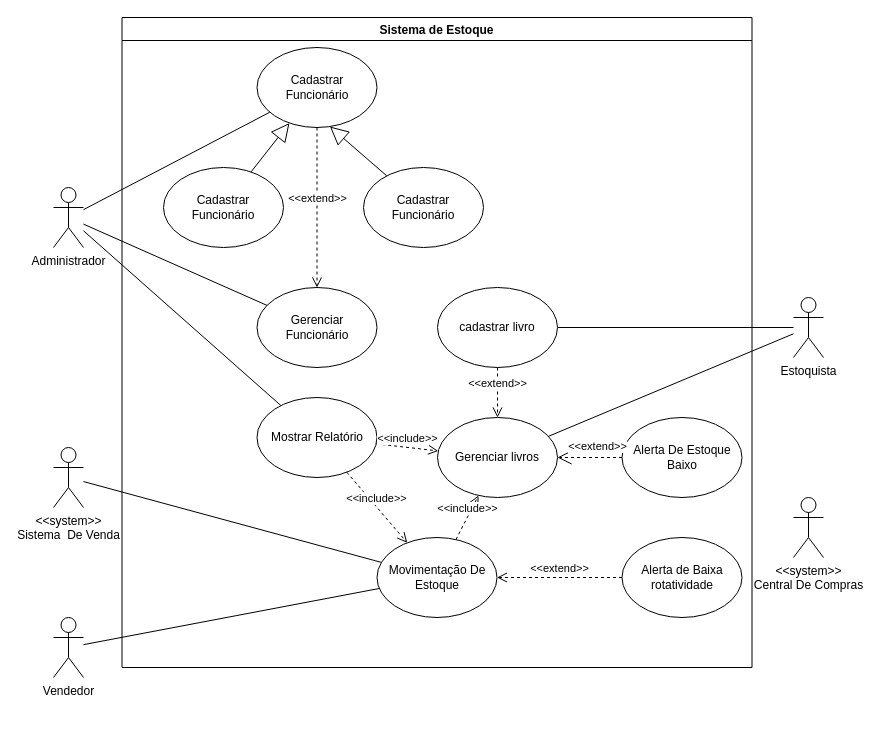
The draw.io diagram Caso de uso.drawio in josevictoraraujorojas/Sistema-Estoque, before the edit. Source tidied: cells renumbered, new cells numbered last; positions are measured from the earlier drawing's top-left corner, leaving out a move shared by most shapes. Both pictures are drawn from the tidied source at 100%, with x=0, y=0 at pixel (53, 17).
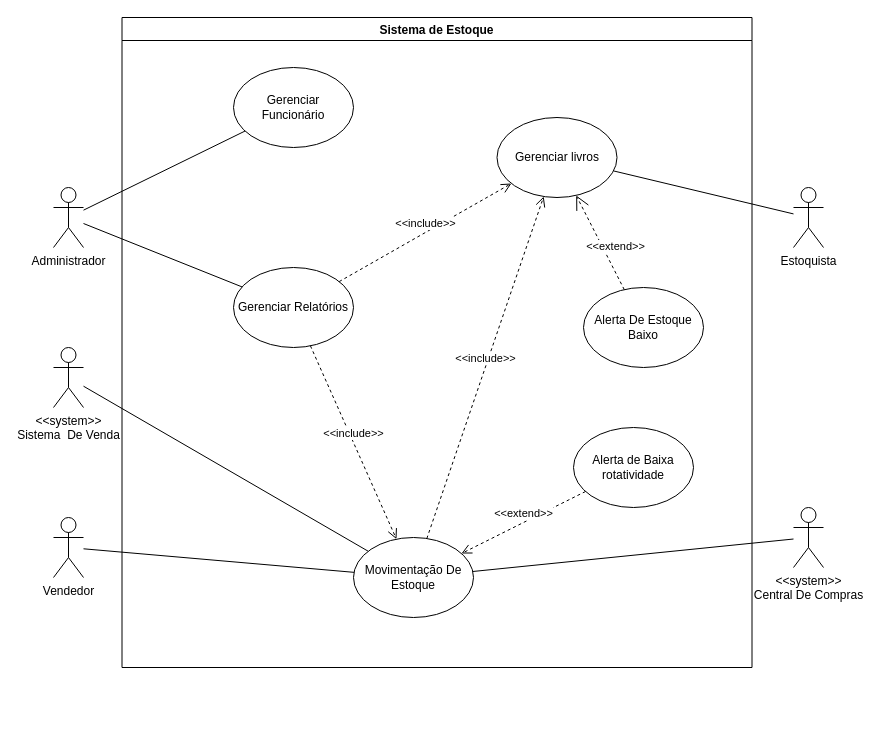
The same diagram, later.

Unchanged cells that the change refers to:
```xml
<mxCell id="2" value="Administrador" style="shape=umlActor;verticalLabelPosition=bottom;verticalAlign=top;html=1;outlineConnect=0;" parent="1" vertex="1">
  <mxGeometry y="170" width="30" height="60" as="geometry" />
</mxCell>
<mxCell id="7" value="Sistema de Estoque" style="swimlane;" parent="1" vertex="1">
  <mxGeometry x="68.5" width="630" height="650" as="geometry" />
</mxCell>
```

Change to the diagram source:
```diff
@@
     <mxCell id="3" value="&lt;div&gt;&amp;lt;&amp;lt;system&amp;gt;&amp;gt;&lt;/div&gt;Sistema&amp;nbsp; De Venda" style="shape=umlActor;verticalLabelPosition=bottom;verticalAlign=top;html=1;outlineConnect=0;" parent="1" vertex="1">
-      <mxGeometry y="430" width="30" height="60" as="geometry" />
+      <mxGeometry y="330" width="30" height="60" as="geometry" />
     </mxCell>
-    <mxCell id="4" style="endArrow=none;html=1;rounded=0;" parent="1" edge="1" source="9" target="31">
-      <mxGeometry relative="1" as="geometry" />
-    </mxCell>
@@
     <mxCell id="8" value="Alerta de Baixa rotatividade" style="ellipse;whiteSpace=wrap;html=1;" parent="7" vertex="1">
-      <mxGeometry x="500" y="520" width="120" height="80" as="geometry" />
+      <mxGeometry x="451.5" y="410" width="120" height="80" as="geometry" />
     </mxCell>
-    <mxCell id="9" value="cadastrar livro" style="ellipse;whiteSpace=wrap;html=1;" parent="7" vertex="1">
-      <mxGeometry x="315.5" y="270" width="120" height="80" as="geometry" />
-    </mxCell>
     <mxCell id="10" value="Alerta De Estoque Baixo" style="ellipse;whiteSpace=wrap;html=1;" parent="7" vertex="1">
-      <mxGeometry x="500" y="400" width="120" height="80" as="geometry" />
+      <mxGeometry x="461.5" y="270" width="120" height="80" as="geometry" />
     </mxCell>
-    <mxCell id="11" value="Mostrar Relatório" style="ellipse;whiteSpace=wrap;html=1;" parent="7" vertex="1">
-      <mxGeometry x="135" y="380" width="120" height="80" as="geometry" />
+    <mxCell id="11" value="Gerenciar Relatórios" style="ellipse;whiteSpace=wrap;html=1;" parent="7" vertex="1">
+      <mxGeometry x="111.5" y="250" width="120" height="80" as="geometry" />
     </mxCell>
     <mxCell id="12" value="Movimentação De Estoque" style="ellipse;whiteSpace=wrap;html=1;" parent="7" vertex="1">
-      <mxGeometry x="255" y="520" width="120" height="80" as="geometry" />
+      <mxGeometry x="231.5" y="520" width="120" height="80" as="geometry" />
     </mxCell>
@@
-    <mxCell id="15" value="Cadastrar Funcionário" style="ellipse;whiteSpace=wrap;html=1;" parent="7" vertex="1">
-      <mxGeometry x="135" y="30" width="120" height="80" as="geometry" />
-    </mxCell>
     <mxCell id="16" value="Gerenciar Funcionário" style="ellipse;whiteSpace=wrap;html=1;" parent="7" vertex="1">
-      <mxGeometry x="135" y="270" width="120" height="80" as="geometry" />
+      <mxGeometry x="111.5" y="50" width="120" height="80" as="geometry" />
     </mxCell>
-    <mxCell id="17" value="&amp;lt;&amp;lt;extend&amp;gt;&amp;gt;" style="html=1;verticalAlign=bottom;endArrow=open;dashed=1;endSize=8;curved=0;rounded=0;exitX=0.5;exitY=1;exitDx=0;exitDy=0;" parent="7" edge="1" source="15" target="16">
-      <mxGeometry relative="1" as="geometry" />
-    </mxCell>
     <mxCell id="18" value="Gerenciar livros" style="ellipse;whiteSpace=wrap;html=1;" parent="7" vertex="1">
-      <mxGeometry x="315.5" y="400" width="120" height="80" as="geometry" />
+      <mxGeometry x="375" y="100" width="120" height="80" as="geometry" />
     </mxCell>
@@
-    <mxCell id="20" value="&amp;lt;&amp;lt;extend&amp;gt;&amp;gt;" style="html=1;verticalAlign=bottom;endArrow=open;dashed=1;endSize=8;curved=0;rounded=0;" parent="7" edge="1" source="9" target="18">
-      <mxGeometry relative="1" as="geometry" />
-    </mxCell>
@@
-    <mxCell id="23" value="Cadastrar Funcionário" style="ellipse;whiteSpace=wrap;html=1;" parent="7" vertex="1">
-      <mxGeometry x="241.5" y="150" width="120" height="80" as="geometry" />
-    </mxCell>
-    <mxCell id="24" value="Cadastrar Funcionário" style="ellipse;whiteSpace=wrap;html=1;" parent="7" vertex="1">
-      <mxGeometry x="41.5" y="150" width="120" height="80" as="geometry" />
-    </mxCell>
-    <mxCell id="25" style="endArrow=block;endSize=16;endFill=0;html=1;rounded=0;entryX=0.608;entryY=0.988;entryDx=0;entryDy=0;entryPerimeter=0;" parent="7" edge="1" source="23" target="15">
-      <mxGeometry relative="1" as="geometry" />
-    </mxCell>
-    <mxCell id="26" style="endArrow=block;endSize=16;endFill=0;html=1;rounded=0;" parent="7" edge="1" source="24" target="15">
-      <mxGeometry relative="1" as="geometry" />
-    </mxCell>
@@
     <mxCell id="28" value="Vendedor&lt;div&gt;&lt;br&gt;&lt;/div&gt;" style="shape=umlActor;verticalLabelPosition=bottom;verticalAlign=top;html=1;outlineConnect=0;" parent="1" vertex="1">
-      <mxGeometry y="600" width="30" height="60" as="geometry" />
+      <mxGeometry y="500" width="30" height="60" as="geometry" />
     </mxCell>
@@
     <mxCell id="30" value="&lt;div&gt;&amp;lt;&amp;lt;system&amp;gt;&amp;gt;&lt;/div&gt;&lt;div&gt;Central De Compras&lt;/div&gt;" style="shape=umlActor;verticalLabelPosition=bottom;verticalAlign=top;html=1;outlineConnect=0;" parent="1" vertex="1">
-      <mxGeometry x="740" y="480" width="30" height="60" as="geometry" />
+      <mxGeometry x="740" y="490" width="30" height="60" as="geometry" />
     </mxCell>
     <mxCell id="31" value="Estoquista&lt;div&gt;&lt;br&gt;&lt;/div&gt;" style="shape=umlActor;verticalLabelPosition=bottom;verticalAlign=top;html=1;outlineConnect=0;" parent="1" vertex="1">
-      <mxGeometry x="740" y="280" width="30" height="60" as="geometry" />
+      <mxGeometry x="740" y="170" width="30" height="60" as="geometry" />
     </mxCell>
@@
-    <mxCell id="33" style="endArrow=none;html=1;rounded=0;" parent="1" edge="1" source="15" target="2">
-      <mxGeometry relative="1" as="geometry" />
-    </mxCell>
+    <mxCell id="34" style="endArrow=none;html=1;rounded=0;" parent="1" edge="1" source="30" target="12">
+      <mxGeometry relative="1" as="geometry" />
+    </mxCell>
```
